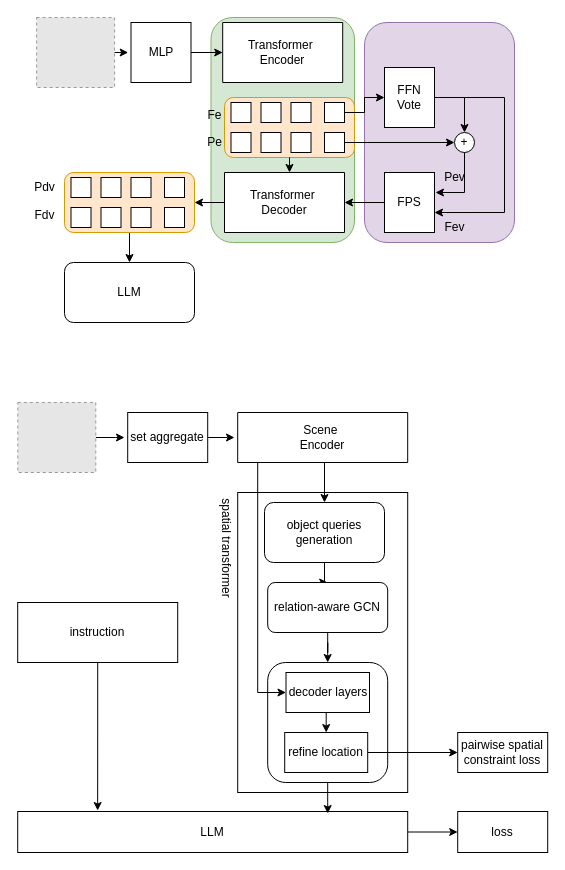
This is 未命名绘图.drawio from DevXiaoYan/draw-files, a draw.io file, before an edit. Source tidied: cells renumbered, new cells numbered last; positions are measured from the earlier drawing's top-left corner, leaving out a move shared by most shapes. Both pictures are drawn from the tidied source at 100%, with x=0, y=0 at pixel (17, 17). Pictures stored in the file or linked from it are replaced by grey dashed boxes.
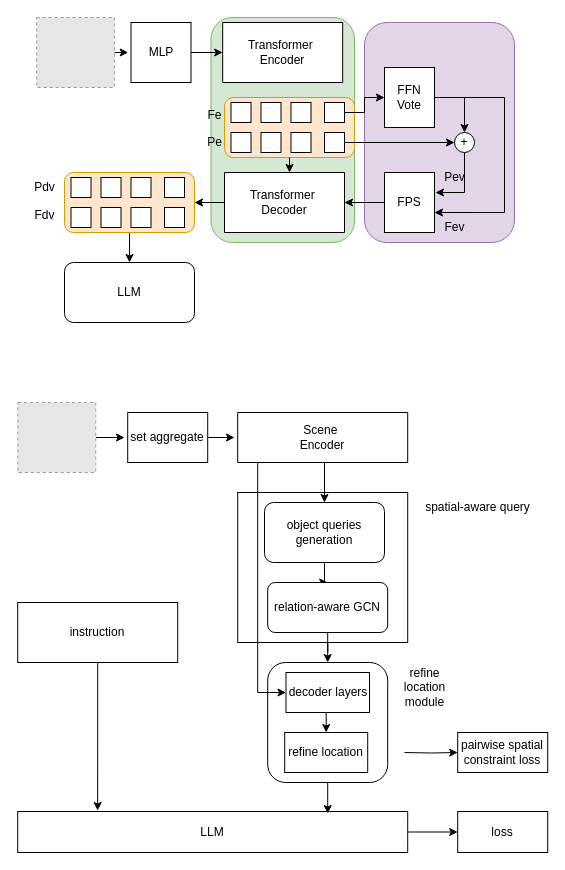
After the change.

Commit message:
更新未命名绘图.drawio

The change refers to these unchanged cells:
```xml
<mxCell id="65" value="refine location" style="rounded=0;whiteSpace=wrap;html=1;" parent="1" vertex="1">
  <mxGeometry x="267.2" y="715" width="83" height="40" as="geometry" />
</mxCell>
<mxCell id="67" value="pairwise spatial constraint loss" style="rounded=0;whiteSpace=wrap;html=1;" parent="1" vertex="1">
  <mxGeometry x="440.2" y="715" width="90" height="40" as="geometry" />
</mxCell>
```

Diff of the diagram source:
```diff
@@
     <mxCell id="2" style="rounded=0;whiteSpace=wrap;html=1;" parent="1" vertex="1">
-      <mxGeometry x="220.2" y="475" width="170" height="300" as="geometry" />
+      <mxGeometry x="220.2" y="475" width="170" height="150" as="geometry" />
     </mxCell>
@@
-    <mxCell id="61" value="spatial transformer" style="text;html=1;align=center;verticalAlign=middle;strokeColor=none;fillColor=none;rotation=90;" parent="1" vertex="1">
-      <mxGeometry x="148.5" y="515" width="120" height="30" as="geometry" />
+    <mxCell id="61" value="spatial-aware query" style="text;html=1;align=center;verticalAlign=middle;strokeColor=none;fillColor=none;rotation=0;" parent="1" vertex="1">
+      <mxGeometry x="395.2" y="475" width="130" height="30" as="geometry" />
     </mxCell>
@@
-    <mxCell id="64" style="edgeStyle=orthogonalEdgeStyle;rounded=0;jettySize=auto;html=1;exitX=1;exitY=0.5;exitDx=0;exitDy=0;" parent="1" edge="1" source="65" target="67">
-      <mxGeometry relative="1" as="geometry" />
+    <mxCell id="64" style="edgeStyle=orthogonalEdgeStyle;rounded=0;jettySize=auto;html=1;" parent="1" edge="1" target="67">
+      <mxGeometry relative="1" as="geometry">
+        <mxPoint x="387" y="735" as="sourcePoint" />
+      </mxGeometry>
     </mxCell>
@@
+    <mxCell id="74" value="&lt;span style=&quot;text-wrap: wrap;&quot;&gt;refine location module&lt;/span&gt;" style="text;html=1;align=center;verticalAlign=middle;strokeColor=none;fillColor=none;rotation=0;" parent="1" vertex="1">
+      <mxGeometry x="337" y="655" width="140" height="30" as="geometry" />
+    </mxCell>
```
